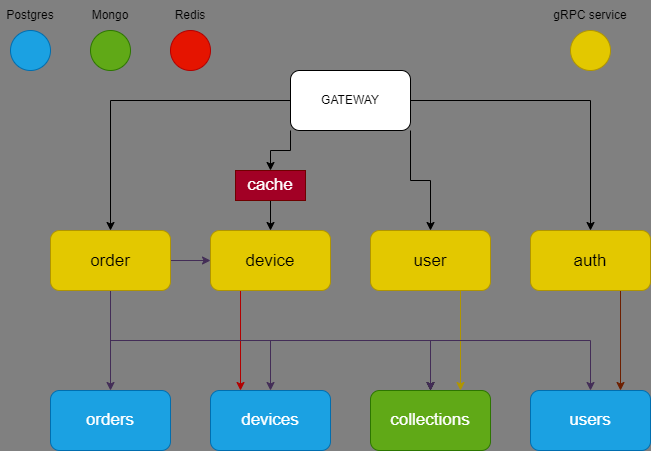
Before: docs/schema.png, a diagram exported from draw.io (alserov/device-shop). Source tidied: cells renumbered, new cells last; positions are measured from the earlier drawing's top-left corner, leaving out a move shared by most shapes.
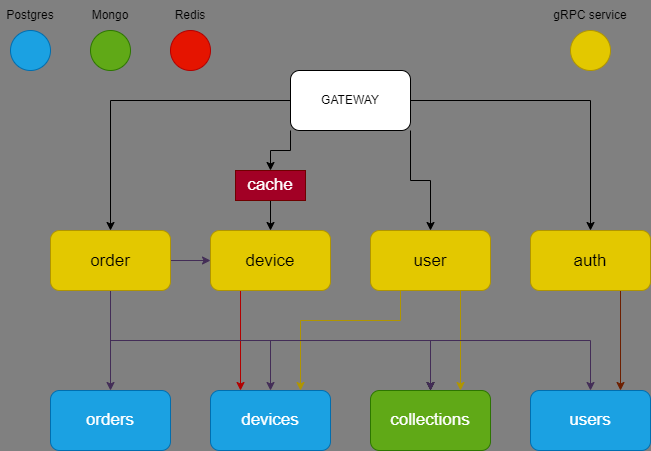
After the commit.

Diff of the diagram source:
```diff
@@ -50,6 +50,14 @@
     <mxCell id="17" style="edgeStyle=orthogonalEdgeStyle;rounded=0;jettySize=auto;html=1;exitX=0.75;exitY=1;exitDx=0;exitDy=0;entryX=0.75;entryY=0;entryDx=0;entryDy=0;fontSize=17;fillColor=#e3c800;strokeColor=#B09500;" parent="1" edge="1" source="18" target="30">
       <mxGeometry relative="1" as="geometry" />
     </mxCell>
+    <mxCell id="34" style="edgeStyle=orthogonalEdgeStyle;rounded=0;jettySize=auto;html=1;exitX=0.25;exitY=1;exitDx=0;exitDy=0;entryX=0.75;entryY=0;entryDx=0;entryDy=0;fillColor=#e3c800;strokeColor=#B09500;" parent="1" edge="1" source="18" target="29">
+      <mxGeometry relative="1" as="geometry">
+        <Array as="points">
+          <mxPoint x="400" y="320" />
+          <mxPoint x="300" y="320" />
+        </Array>
+      </mxGeometry>
+    </mxCell>
     <mxCell id="18" value="&lt;h2&gt;&lt;span style=&quot;font-size: 17px; font-weight: 400;&quot;&gt;user&lt;/span&gt;&lt;/h2&gt;" style="rounded=1;whiteSpace=wrap;html=1;fillColor=#e3c800;fontColor=#000000;strokeColor=#B09500;align=center;" parent="1" vertex="1">
       <mxGeometry x="370" y="230" width="120" height="60" as="geometry" />
     </mxCell>
```
